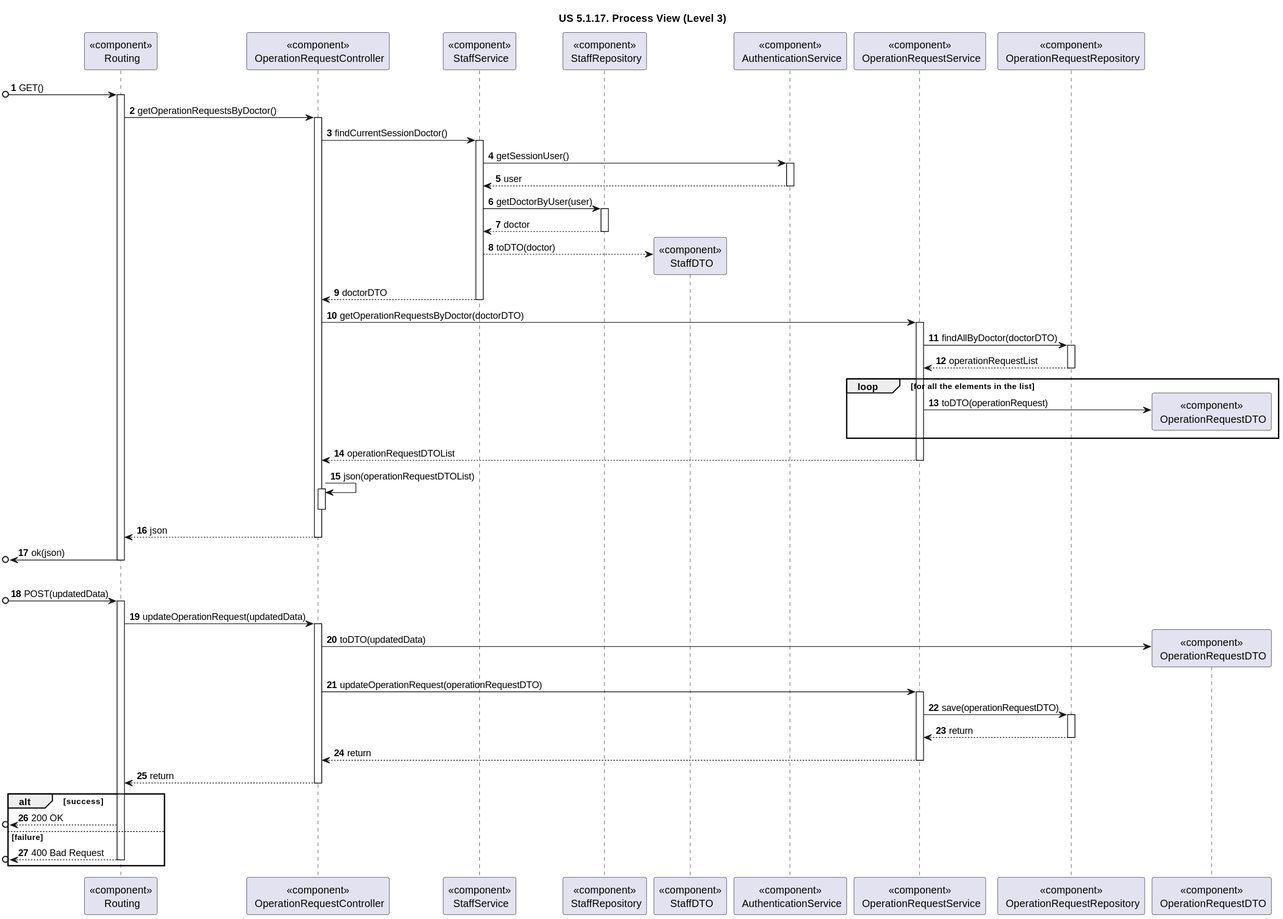
The PlantUML diagram docs/sprint-1/1220683/us-5.1.17/diagrams/Process_View/Level-3/us17-process-view-lvl3.svg in rita-barbosa/LAPR5-2425, before a commit.
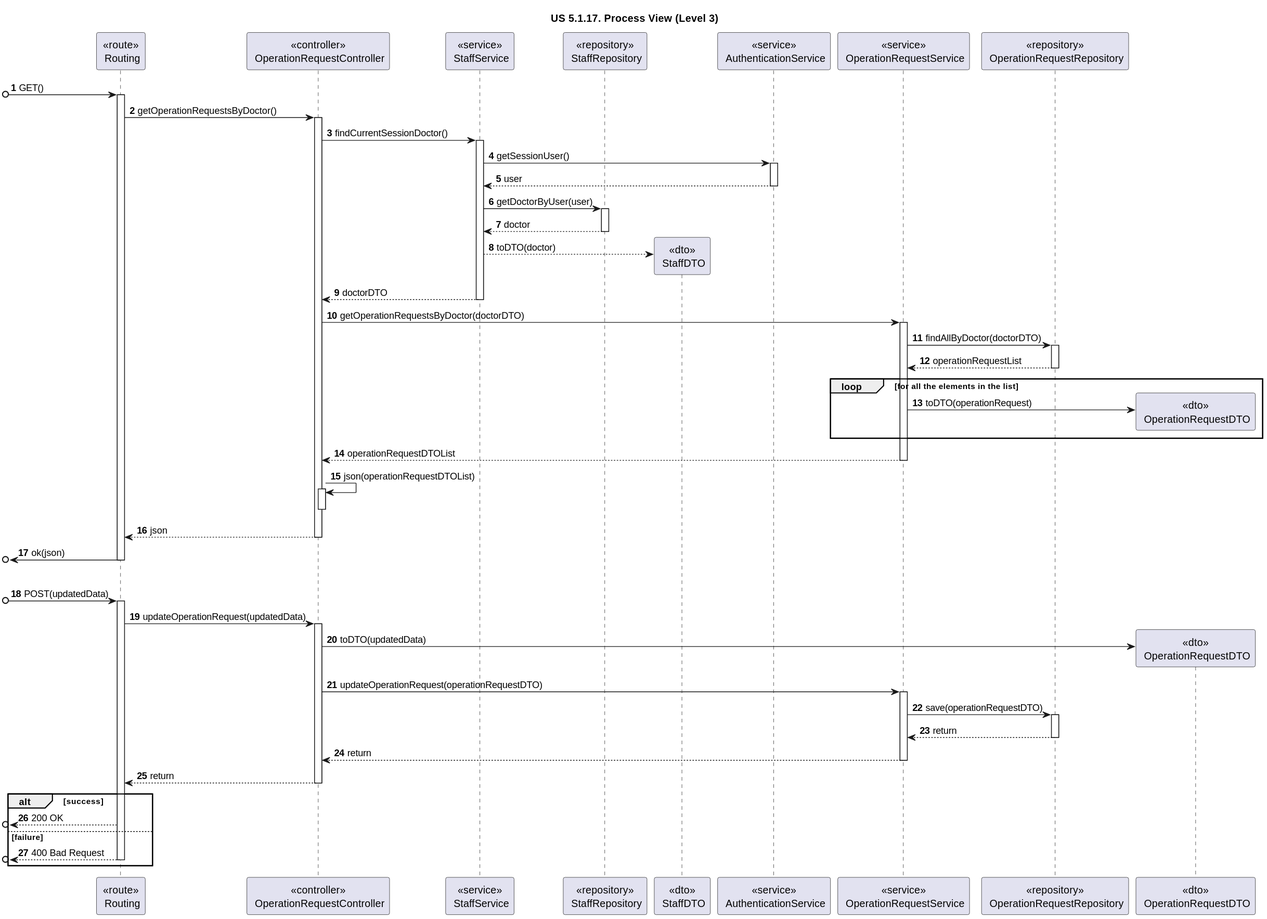
Above is the later version.

What changed in the source:
```diff
@@ -4,18 +4,18 @@
 
 autonumber
 
-participant "<<component>>\n Routing" as ROUTE
-participant "<<component>>\n OperationRequestController" as CONTROL
+participant "<<route>>\n Routing" as ROUTE
+participant "<<controller>>\n OperationRequestController" as CONTROL
 
-participant "<<component>>\n StaffService" as STAFFServ
-participant "<<component>>\n StaffRepository" as STAFFRepo
-participant "<<component>>\n StaffDTO" as StaffDTO
+participant "<<service>>\n StaffService" as STAFFServ
+participant "<<repository>>\n StaffRepository" as STAFFRepo
+participant "<<dto>>\n StaffDTO" as StaffDTO
 
-participant "<<component>>\n AuthenticationService" as AUTHServ
+participant "<<service>>\n AuthenticationService" as AUTHServ
 
-participant "<<component>>\n OperationRequestService" as OPREQServ
-participant "<<component>>\n OperationRequestRepository" as OPREQRepo
-participant "<<component>>\n OperationRequestDTO" as OPREQDTO
+participant "<<service>>\n OperationRequestService" as OPREQServ
+participant "<<repository>>\n OperationRequestRepository" as OPREQRepo
+participant "<<dto>>\n OperationRequestDTO" as OPREQDTO
 
 
 [o-> ROUTE : GET()
```
